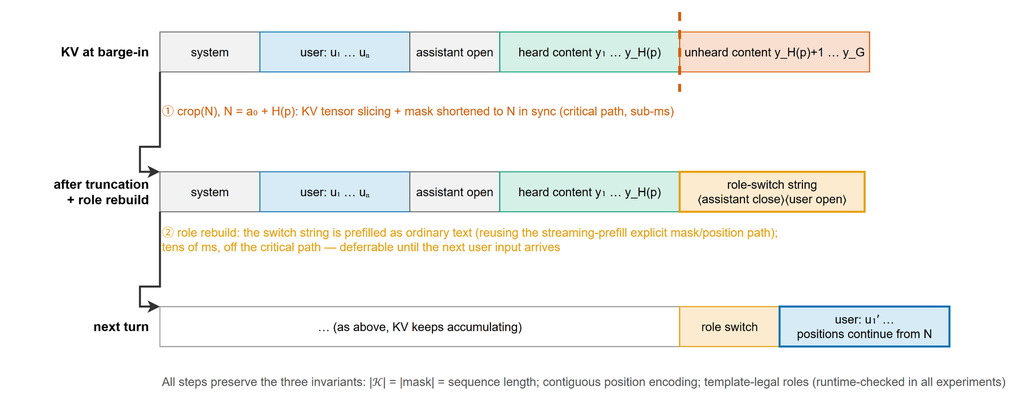
Above: paper2/figures/fig4_4_en.png in hua0424/streamllm (draw.io), before the change. Source tidied: cells renumbered, new cells last; positions are measured from the earlier drawing's top-left corner, leaving out a move shared by most shapes. The source it was exported from:
```xml
<mxGraphModel>
  <root>
    <mxCell id="0" />
    <mxCell id="1" parent="0" />
    <mxCell id="2" value="KV at barge-in" style="text;html=1;align=right;verticalAlign=middle;fontSize=13;fontStyle=1;" parent="1" vertex="1">
      <mxGeometry y="20" width="140" height="40" as="geometry" />
    </mxCell>
    <mxCell id="3" value="system" style="rounded=0;whiteSpace=wrap;html=1;fillColor=#F2F2F2;strokeColor=#666666;fontSize=12;" parent="1" vertex="1">
      <mxGeometry x="150" y="20" width="100" height="40" as="geometry" />
    </mxCell>
    <mxCell id="4" value="user: u₁ … uₙ" style="rounded=0;whiteSpace=wrap;html=1;fillColor=#D6EBF5;strokeColor=#0072B2;fontSize=12;" parent="1" vertex="1">
      <mxGeometry x="250" y="20" width="150" height="40" as="geometry" />
    </mxCell>
    <mxCell id="5" value="assistant open" style="rounded=0;whiteSpace=wrap;html=1;fillColor=#F2F2F2;strokeColor=#666666;fontSize=12;" parent="1" vertex="1">
      <mxGeometry x="400" y="20" width="90" height="40" as="geometry" />
    </mxCell>
    <mxCell id="6" value="heard content y₁ … y_H(p)" style="rounded=0;whiteSpace=wrap;html=1;fillColor=#D5F0E6;strokeColor=#009E73;fontSize=12;" parent="1" vertex="1">
      <mxGeometry x="490" y="20" width="180" height="40" as="geometry" />
    </mxCell>
    <mxCell id="7" value="unheard content y_H(p)+1 … y_G" style="rounded=0;whiteSpace=wrap;html=1;fillColor=#F9DFD0;strokeColor=#D55E00;fontSize=12;" parent="1" vertex="1">
      <mxGeometry x="670" y="20" width="190" height="40" as="geometry" />
    </mxCell>
    <mxCell id="8" style="endArrow=none;dashed=1;strokeColor=#D55E00;strokeWidth=3;" parent="1" edge="1">
      <mxGeometry relative="1" as="geometry">
        <mxPoint x="670" as="sourcePoint" />
        <mxPoint x="670" y="80" as="targetPoint" />
      </mxGeometry>
    </mxCell>
    <mxCell id="9" value="① crop(N), N = a₀ + H(p): KV tensor slicing + mask shortened to N in sync (critical path, sub-ms)" style="text;html=1;align=left;verticalAlign=middle;fontSize=12;fontColor=#D55E00;" parent="1" vertex="1">
      <mxGeometry x="150" y="85" width="720" height="28" as="geometry" />
    </mxCell>
    <mxCell id="10" value="after truncation&#10;+ role rebuild" style="text;html=1;align=right;verticalAlign=middle;fontSize=13;fontStyle=1;" parent="1" vertex="1">
      <mxGeometry y="160" width="140" height="40" as="geometry" />
    </mxCell>
    <mxCell id="11" value="system" style="rounded=0;whiteSpace=wrap;html=1;fillColor=#F2F2F2;strokeColor=#666666;fontSize=12;" parent="1" vertex="1">
      <mxGeometry x="150" y="160" width="100" height="40" as="geometry" />
    </mxCell>
    <mxCell id="12" value="user: u₁ … uₙ" style="rounded=0;whiteSpace=wrap;html=1;fillColor=#D6EBF5;strokeColor=#0072B2;fontSize=12;" parent="1" vertex="1">
      <mxGeometry x="250" y="160" width="150" height="40" as="geometry" />
    </mxCell>
    <mxCell id="13" value="assistant open" style="rounded=0;whiteSpace=wrap;html=1;fillColor=#F2F2F2;strokeColor=#666666;fontSize=12;" parent="1" vertex="1">
      <mxGeometry x="400" y="160" width="90" height="40" as="geometry" />
    </mxCell>
    <mxCell id="14" value="heard content y₁ … y_H(p)" style="rounded=0;whiteSpace=wrap;html=1;fillColor=#D5F0E6;strokeColor=#009E73;fontSize=12;" parent="1" vertex="1">
      <mxGeometry x="490" y="160" width="180" height="40" as="geometry" />
    </mxCell>
    <mxCell id="15" value="role-switch string&#10;⟨assistant close⟩⟨user open⟩" style="rounded=0;whiteSpace=wrap;html=1;fillColor=#FDEBD0;strokeColor=#E69F00;strokeWidth=2;fontSize=12;" parent="1" vertex="1">
      <mxGeometry x="670" y="160" width="185" height="40" as="geometry" />
    </mxCell>
    <mxCell id="16" value="② role rebuild: the switch string is prefilled as ordinary text (reusing the streaming-prefill explicit mask/position path);&#10;tens of ms, off the critical path — deferrable until the next user input arrives" style="text;html=1;align=left;verticalAlign=middle;fontSize=12;fontColor=#E69F00;" parent="1" vertex="1">
      <mxGeometry x="150" y="207" width="720" height="42" as="geometry" />
    </mxCell>
    <mxCell id="17" value="next turn" style="text;html=1;align=right;verticalAlign=middle;fontSize=13;fontStyle=1;" parent="1" vertex="1">
      <mxGeometry y="295" width="140" height="40" as="geometry" />
    </mxCell>
    <mxCell id="18" value="… (as above, KV keeps accumulating)" style="rounded=0;whiteSpace=wrap;html=1;fillColor=#FFFFFF;strokeColor=#999999;fontSize=12;" parent="1" vertex="1">
      <mxGeometry x="150" y="295" width="520" height="40" as="geometry" />
    </mxCell>
    <mxCell id="19" value="role switch" style="rounded=0;whiteSpace=wrap;html=1;fillColor=#FDEBD0;strokeColor=#E69F00;fontSize=12;" parent="1" vertex="1">
      <mxGeometry x="670" y="295" width="100" height="40" as="geometry" />
    </mxCell>
    <mxCell id="20" value="user: u₁′ …&#10;positions continue from N" style="rounded=0;whiteSpace=wrap;html=1;fillColor=#D6EBF5;strokeColor=#0072B2;strokeWidth=2;fontSize=12;" parent="1" vertex="1">
      <mxGeometry x="770" y="295" width="170" height="40" as="geometry" />
    </mxCell>
    <mxCell id="21" style="edgeStyle=orthogonalEdgeStyle;rounded=0;html=1;strokeColor=#333333;strokeWidth=2;exitX=0;exitY=1;entryX=0;entryY=0;" parent="1" edge="1" source="3" target="11">
      <mxGeometry relative="1" as="geometry">
        <Array as="points">
          <mxPoint x="130" y="135" />
        </Array>
      </mxGeometry>
    </mxCell>
    <mxCell id="22" style="edgeStyle=orthogonalEdgeStyle;rounded=0;html=1;strokeColor=#333333;strokeWidth=2;exitX=0;exitY=1;entryX=0;entryY=0;" parent="1" edge="1" source="11" target="18">
      <mxGeometry relative="1" as="geometry">
        <Array as="points">
          <mxPoint x="130" y="275" />
        </Array>
      </mxGeometry>
    </mxCell>
    <mxCell id="23" value="All steps preserve the three invariants: |𝒦| = |mask| = sequence length; contiguous position encoding; template-legal roles (runtime-checked in all experiments)" style="text;html=1;align=left;verticalAlign=middle;fontSize=12;fontColor=#555555;" parent="1" vertex="1">
      <mxGeometry x="150" y="355" width="780" height="30" as="geometry" />
    </mxCell>
  </root>
</mxGraphModel>
```
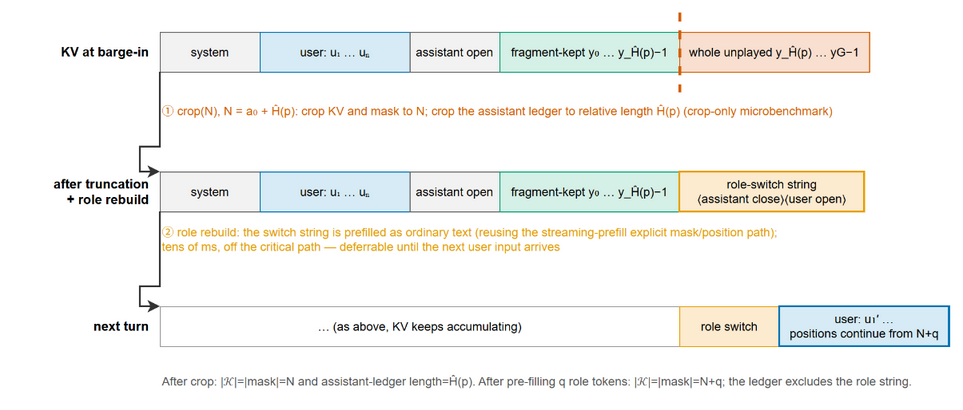
After the change.

Change to the diagram source:
```diff
@@ -14,10 +14,10 @@
     <mxCell id="5" value="assistant open" style="rounded=0;whiteSpace=wrap;html=1;fillColor=#F2F2F2;strokeColor=#666666;fontSize=12;" parent="1" vertex="1">
       <mxGeometry x="400" y="20" width="90" height="40" as="geometry" />
     </mxCell>
-    <mxCell id="6" value="heard content y₁ … y_H(p)" style="rounded=0;whiteSpace=wrap;html=1;fillColor=#D5F0E6;strokeColor=#009E73;fontSize=12;" parent="1" vertex="1">
+    <mxCell id="6" value="fragment-kept y₀ … y_Ĥ(p)−1" style="rounded=0;whiteSpace=wrap;html=1;fillColor=#D5F0E6;strokeColor=#009E73;fontSize=12;" parent="1" vertex="1">
       <mxGeometry x="490" y="20" width="180" height="40" as="geometry" />
     </mxCell>
-    <mxCell id="7" value="unheard content y_H(p)+1 … y_G" style="rounded=0;whiteSpace=wrap;html=1;fillColor=#F9DFD0;strokeColor=#D55E00;fontSize=12;" parent="1" vertex="1">
+    <mxCell id="7" value="whole unplayed y_Ĥ(p) … yG−1" style="rounded=0;whiteSpace=wrap;html=1;fillColor=#F9DFD0;strokeColor=#D55E00;fontSize=12;" parent="1" vertex="1">
       <mxGeometry x="670" y="20" width="190" height="40" as="geometry" />
     </mxCell>
     <mxCell id="8" style="endArrow=none;dashed=1;strokeColor=#D55E00;strokeWidth=3;" parent="1" edge="1">
@@ -26,7 +26,7 @@
         <mxPoint x="670" y="80" as="targetPoint" />
       </mxGeometry>
     </mxCell>
-    <mxCell id="9" value="① crop(N), N = a₀ + H(p): KV tensor slicing + mask shortened to N in sync (critical path, sub-ms)" style="text;html=1;align=left;verticalAlign=middle;fontSize=12;fontColor=#D55E00;" parent="1" vertex="1">
+    <mxCell id="9" value="① crop(N), N = a₀ + Ĥ(p): crop KV and mask to N; crop the assistant ledger to relative length Ĥ(p) (crop-only microbenchmark)" style="text;html=1;align=left;verticalAlign=middle;fontSize=12;fontColor=#D55E00;" parent="1" vertex="1">
       <mxGeometry x="150" y="85" width="720" height="28" as="geometry" />
     </mxCell>
     <mxCell id="10" value="after truncation&#10;+ role rebuild" style="text;html=1;align=right;verticalAlign=middle;fontSize=13;fontStyle=1;" parent="1" vertex="1">
@@ -41,7 +41,7 @@
     <mxCell id="13" value="assistant open" style="rounded=0;whiteSpace=wrap;html=1;fillColor=#F2F2F2;strokeColor=#666666;fontSize=12;" parent="1" vertex="1">
       <mxGeometry x="400" y="160" width="90" height="40" as="geometry" />
     </mxCell>
-    <mxCell id="14" value="heard content y₁ … y_H(p)" style="rounded=0;whiteSpace=wrap;html=1;fillColor=#D5F0E6;strokeColor=#009E73;fontSize=12;" parent="1" vertex="1">
+    <mxCell id="14" value="fragment-kept y₀ … y_Ĥ(p)−1" style="rounded=0;whiteSpace=wrap;html=1;fillColor=#D5F0E6;strokeColor=#009E73;fontSize=12;" parent="1" vertex="1">
       <mxGeometry x="490" y="160" width="180" height="40" as="geometry" />
     </mxCell>
     <mxCell id="15" value="role-switch string&#10;⟨assistant close⟩⟨user open⟩" style="rounded=0;whiteSpace=wrap;html=1;fillColor=#FDEBD0;strokeColor=#E69F00;strokeWidth=2;fontSize=12;" parent="1" vertex="1">
@@ -59,7 +59,7 @@
     <mxCell id="19" value="role switch" style="rounded=0;whiteSpace=wrap;html=1;fillColor=#FDEBD0;strokeColor=#E69F00;fontSize=12;" parent="1" vertex="1">
       <mxGeometry x="670" y="295" width="100" height="40" as="geometry" />
     </mxCell>
-    <mxCell id="20" value="user: u₁′ …&#10;positions continue from N" style="rounded=0;whiteSpace=wrap;html=1;fillColor=#D6EBF5;strokeColor=#0072B2;strokeWidth=2;fontSize=12;" parent="1" vertex="1">
+    <mxCell id="20" value="user: u₁′ …&#10;positions continue from N+q" style="rounded=0;whiteSpace=wrap;html=1;fillColor=#D6EBF5;strokeColor=#0072B2;strokeWidth=2;fontSize=12;" parent="1" vertex="1">
       <mxGeometry x="770" y="295" width="170" height="40" as="geometry" />
     </mxCell>
     <mxCell id="21" style="edgeStyle=orthogonalEdgeStyle;rounded=0;html=1;strokeColor=#333333;strokeWidth=2;exitX=0;exitY=1;entryX=0;entryY=0;" parent="1" edge="1" source="3" target="11">
@@ -76,7 +76,7 @@
         </Array>
       </mxGeometry>
     </mxCell>
-    <mxCell id="23" value="All steps preserve the three invariants: |𝒦| = |mask| = sequence length; contiguous position encoding; template-legal roles (runtime-checked in all experiments)" style="text;html=1;align=left;verticalAlign=middle;fontSize=12;fontColor=#555555;" parent="1" vertex="1">
+    <mxCell id="23" value="After crop: |𝒦|=|mask|=N and assistant-ledger length=Ĥ(p). After pre-filling q role tokens: |𝒦|=|mask|=N+q; the ledger excludes the role string." style="text;html=1;align=left;verticalAlign=middle;fontSize=12;fontColor=#555555;" parent="1" vertex="1">
       <mxGeometry x="150" y="355" width="780" height="30" as="geometry" />
     </mxCell>
   </root>
```
